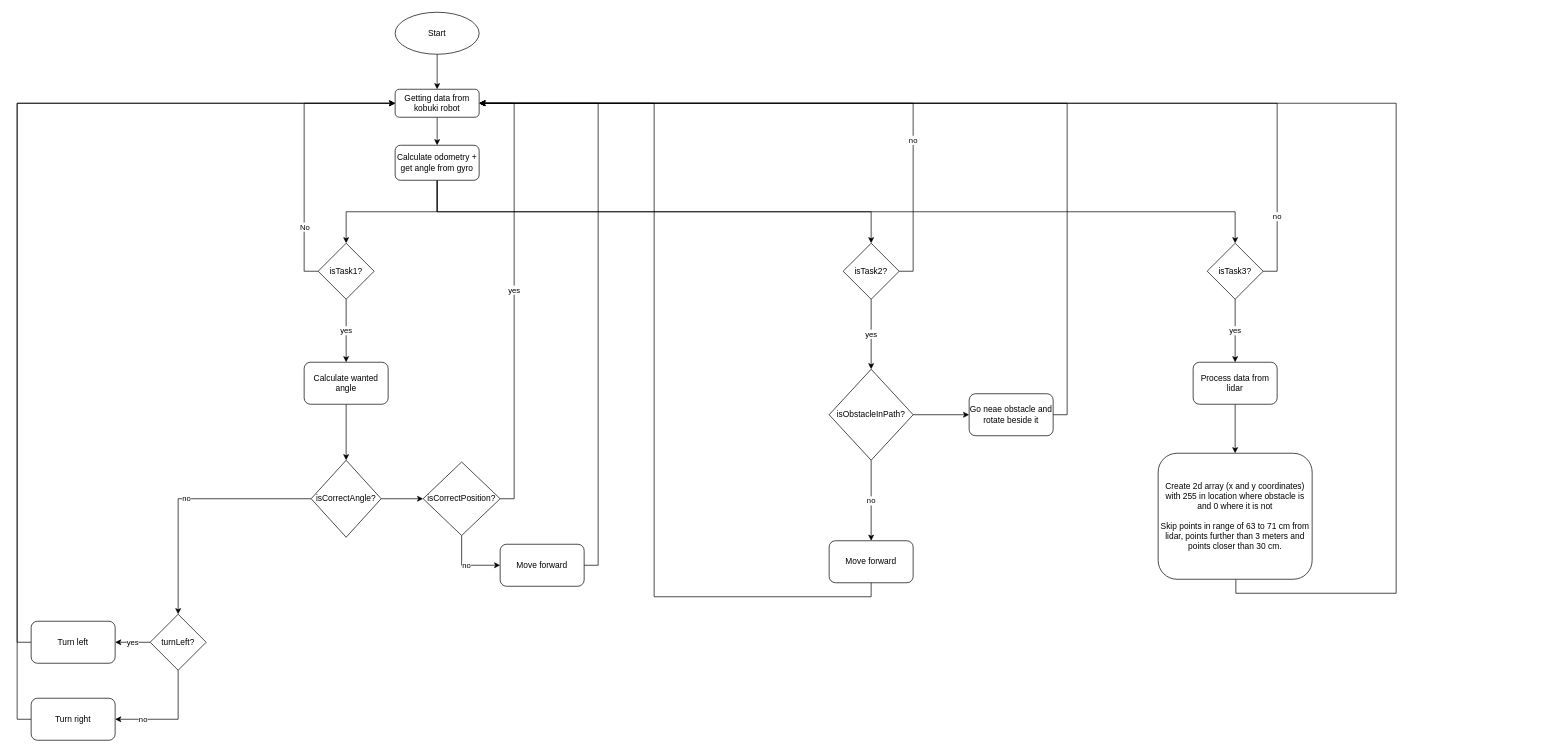
Above: Untitled Diagram.drawio in HasprunLukas/RMR_Hasprun_Kochan (draw.io), before the change. Source tidied: cells renumbered, new cells numbered last; positions are measured from the earlier drawing's top-left corner, leaving out a move shared by most shapes. Both pictures are drawn from the tidied source at 70%, with x=0, y=0 at pixel (31, 12).
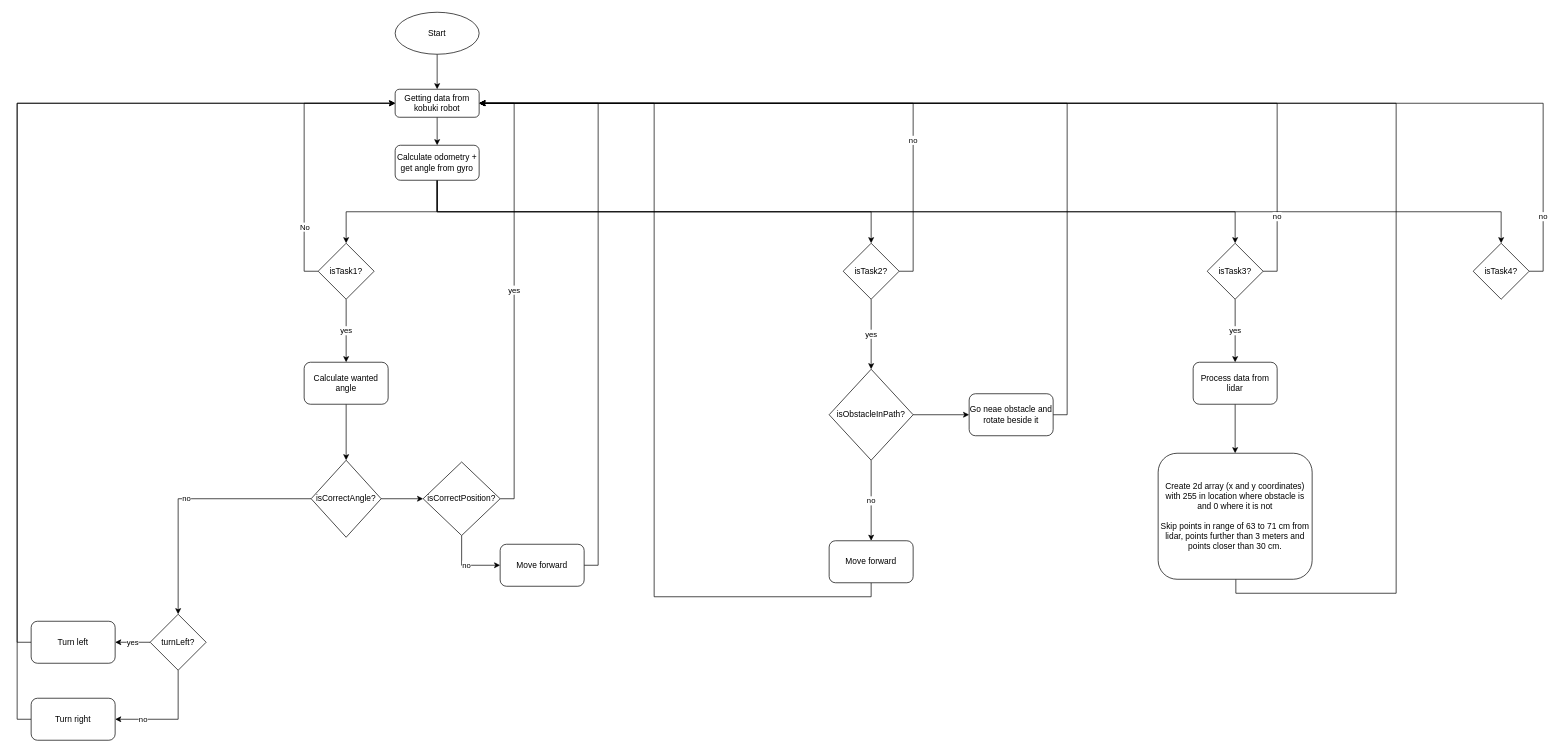
The same page after the edit.

Commit message:
Updated UML with task 4 not completed

The change refers to these unchanged cells:
```xml
<mxCell id="3" value="Getting data from kobuki robot" style="rounded=1;whiteSpace=wrap;html=1;fontSize=12;glass=0;strokeWidth=1;shadow=0;" parent="1" vertex="1">
  <mxGeometry x="520" y="110" width="120" height="40" as="geometry" />
</mxCell>
<mxCell id="7" value="Calculate odometry + get angle from gyro" style="rounded=1;whiteSpace=wrap;html=1;" parent="1" vertex="1">
  <mxGeometry x="520" y="190" width="120" height="50" as="geometry" />
</mxCell>
```

The edit, as a diff of the source:
```diff
@@
+    <mxCell id="48" style="edgeStyle=orthogonalEdgeStyle;rounded=0;jettySize=auto;html=1;exitX=0.5;exitY=1;exitDx=0;exitDy=0;entryX=0.5;entryY=0;entryDx=0;entryDy=0;" parent="1" edge="1" source="7" target="50">
+      <mxGeometry relative="1" as="geometry" />
+    </mxCell>
@@
+    <mxCell id="49" value="no" style="edgeStyle=orthogonalEdgeStyle;rounded=0;jettySize=auto;html=1;exitX=1;exitY=0.5;exitDx=0;exitDy=0;entryX=1;entryY=0.5;entryDx=0;entryDy=0;" parent="1" edge="1" source="50" target="3">
+      <mxGeometry x="-0.89" relative="1" as="geometry">
+        <Array as="points">
+          <mxPoint x="2160" y="370" />
+          <mxPoint x="2160" y="130" />
+        </Array>
+      </mxGeometry>
+    </mxCell>
+    <mxCell id="50" value="isTask4?" style="rhombus;whiteSpace=wrap;html=1;" parent="1" vertex="1">
+      <mxGeometry x="2060" y="330" width="80" height="80" as="geometry" />
+    </mxCell>
```
